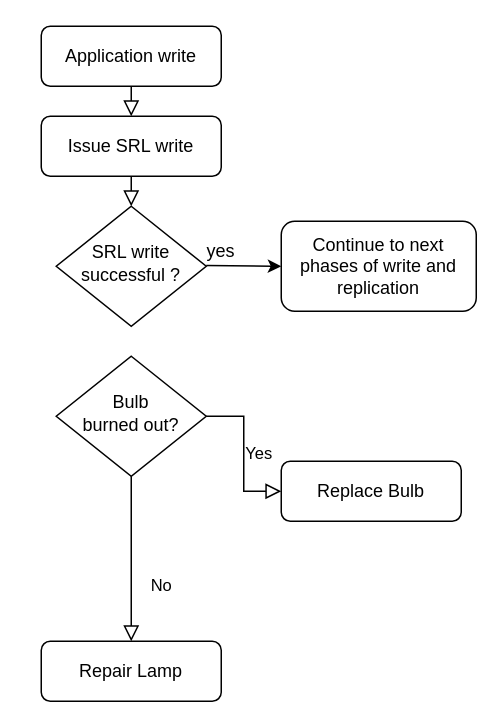
Above: Untitled Diagram.drawio in kulkak2/generic (draw.io), before the change. Source tidied: cells renumbered, new cells numbered last; positions are measured from the earlier drawing's top-left corner, leaving out a move shared by most shapes. Both pictures are drawn from the tidied source at 150%, with x=0, y=0 at pixel (40, 26).
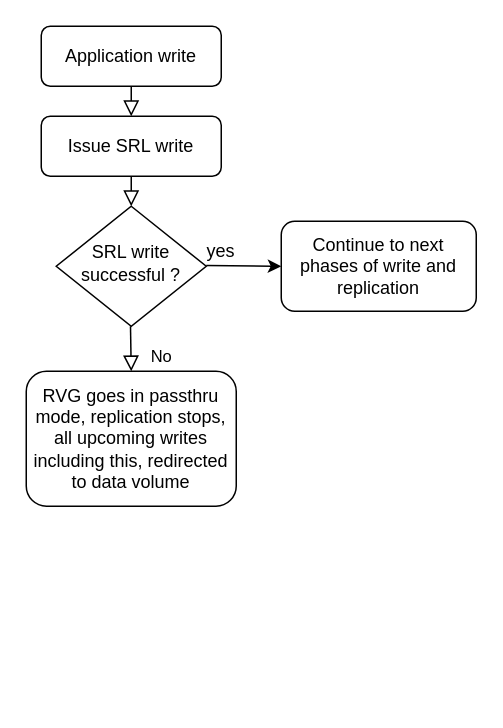
The same page after the edit.

What changed in the source:
```diff
@@
 <mxGraphModel>
   <root>
     <mxCell id="0" />
     <mxCell id="1" parent="0" />
     <mxCell id="2" style="rounded=0;html=1;jettySize=auto;fontSize=11;endArrow=block;endFill=0;endSize=8;strokeWidth=1;shadow=0;labelBackgroundColor=none;edgeStyle=orthogonalEdgeStyle;" parent="1" edge="1" source="3" target="4">
       <mxGeometry relative="1" as="geometry">
         <Array as="points">
           <mxPoint x="60" y="120" />
           <mxPoint x="60" y="120" />
         </Array>
       </mxGeometry>
     </mxCell>
     <mxCell id="3" value="Issue SRL write" style="rounded=1;whiteSpace=wrap;html=1;fontSize=12;glass=0;strokeWidth=1;shadow=0;" parent="1" vertex="1">
       <mxGeometry y="60" width="120" height="40" as="geometry" />
     </mxCell>
     <mxCell id="4" value="SRL write successful ?" style="rhombus;whiteSpace=wrap;html=1;shadow=0;fontFamily=Helvetica;fontSize=12;align=center;strokeWidth=1;spacing=6;spacingTop=-4;" parent="1" vertex="1">
       <mxGeometry x="10" y="120" width="100" height="80" as="geometry" />
     </mxCell>
     <mxCell id="5" value="Continue to next phases of write and replication" style="rounded=1;whiteSpace=wrap;html=1;fontSize=12;glass=0;strokeWidth=1;shadow=0;" parent="1" vertex="1">
       <mxGeometry x="160" y="130" width="130" height="60" as="geometry" />
     </mxCell>
-    <mxCell id="6" value="No" style="rounded=0;html=1;jettySize=auto;fontSize=11;endArrow=block;endFill=0;endSize=8;strokeWidth=1;shadow=0;labelBackgroundColor=none;edgeStyle=orthogonalEdgeStyle;" parent="1" edge="1" source="8" target="9">
-      <mxGeometry x="0.33" y="20" relative="1" as="geometry" />
-    </mxCell>
-    <mxCell id="7" value="Yes" style="edgeStyle=orthogonalEdgeStyle;rounded=0;html=1;jettySize=auto;fontSize=11;endArrow=block;endFill=0;endSize=8;strokeWidth=1;shadow=0;labelBackgroundColor=none;" parent="1" edge="1" source="8" target="10">
-      <mxGeometry y="10" relative="1" as="geometry" />
-    </mxCell>
-    <mxCell id="8" value="Bulb&lt;br&gt;burned out?" style="rhombus;whiteSpace=wrap;html=1;shadow=0;fontFamily=Helvetica;fontSize=12;align=center;strokeWidth=1;spacing=6;spacingTop=-4;" parent="1" vertex="1">
-      <mxGeometry x="10" y="220" width="100" height="80" as="geometry" />
-    </mxCell>
-    <mxCell id="9" value="Repair Lamp" style="rounded=1;whiteSpace=wrap;html=1;fontSize=12;glass=0;strokeWidth=1;shadow=0;" parent="1" vertex="1">
-      <mxGeometry y="410" width="120" height="40" as="geometry" />
+    <mxCell id="9" value="RVG goes in passthru mode, replication stops, all upcoming writes including this, redirected to data volume" style="rounded=1;whiteSpace=wrap;html=1;fontSize=12;glass=0;strokeWidth=1;shadow=0;" parent="1" vertex="1">
+      <mxGeometry x="-10" y="230" width="140" height="90" as="geometry" />
     </mxCell>
-    <mxCell id="10" value="Replace Bulb" style="rounded=1;whiteSpace=wrap;html=1;fontSize=12;glass=0;strokeWidth=1;shadow=0;" parent="1" vertex="1">
-      <mxGeometry x="160" y="290" width="120" height="40" as="geometry" />
-    </mxCell>
     <mxCell id="11" value="Application write" style="rounded=1;whiteSpace=wrap;html=1;fontSize=12;glass=0;strokeWidth=1;shadow=0;" parent="1" vertex="1">
       <mxGeometry width="120" height="40" as="geometry" />
     </mxCell>
     <mxCell id="12" style="rounded=0;html=1;jettySize=auto;fontSize=11;endArrow=block;endFill=0;endSize=8;strokeWidth=1;shadow=0;labelBackgroundColor=none;edgeStyle=orthogonalEdgeStyle;exitX=0.5;exitY=1;exitDx=0;exitDy=0;" parent="1" edge="1" source="11">
       <mxGeometry relative="1" as="geometry">
         <mxPoint x="60" y="60" as="targetPoint" />
       </mxGeometry>
     </mxCell>
     <mxCell id="13" style="endArrow=classic;html=1;rounded=0;" parent="1" edge="1">
       <mxGeometry relative="1" as="geometry">
         <mxPoint x="110" y="159.5" as="sourcePoint" />
         <mxPoint x="160" y="160" as="targetPoint" />
       </mxGeometry>
     </mxCell>
     <mxCell id="14" value="yes" style="text;strokeColor=none;align=center;fillColor=none;html=1;verticalAlign=middle;whiteSpace=wrap;rounded=0;" parent="1" vertex="1">
       <mxGeometry x="90" y="140" width="60" height="20" as="geometry" />
     </mxCell>
+    <mxCell id="6" value="No" style="rounded=0;html=1;jettySize=auto;orthogonalLoop=1;fontSize=11;endArrow=block;endFill=0;endSize=8;strokeWidth=1;shadow=0;labelBackgroundColor=none;edgeStyle=orthogonalEdgeStyle;" parent="1" edge="1">
+      <mxGeometry x="0.33" y="20" relative="1" as="geometry">
+        <mxPoint x="59.5" y="200" as="sourcePoint" />
+        <mxPoint x="60" y="230" as="targetPoint" />
+      </mxGeometry>
+    </mxCell>
   </root>
 </mxGraphModel>
```
